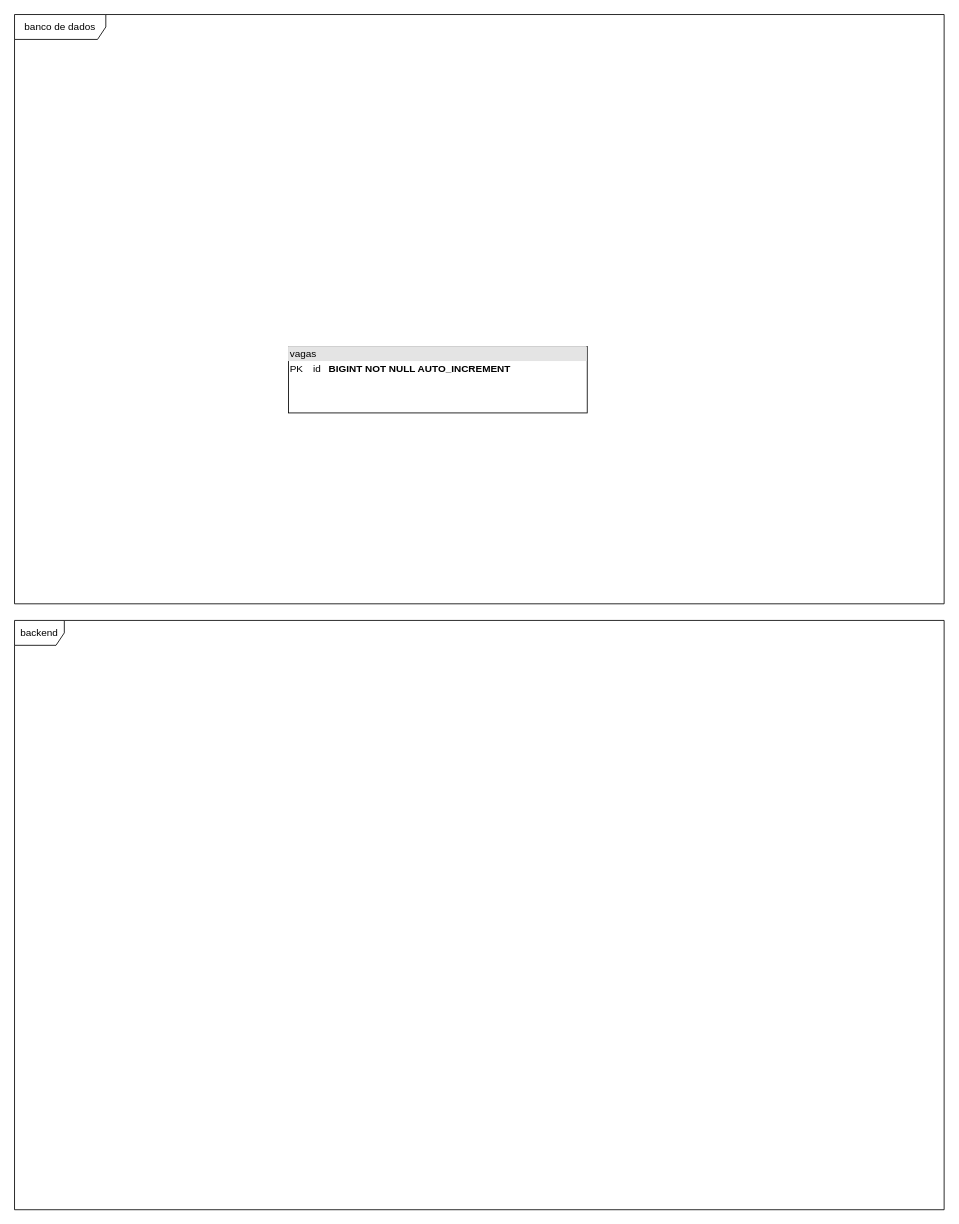
hannaBanannaOF/entra21-git-inicio keeps this draw.io diagram as page "EQ4" (4 of 8) of equipes.drawio. Above is the earlier version. Source tidied: cells renumbered, new cells numbered last; positions are measured from the earlier drawing's top-left corner, leaving out a move shared by most shapes. Both pictures are drawn from the tidied source at 83%, with x=0, y=0 at pixel (14, 14).
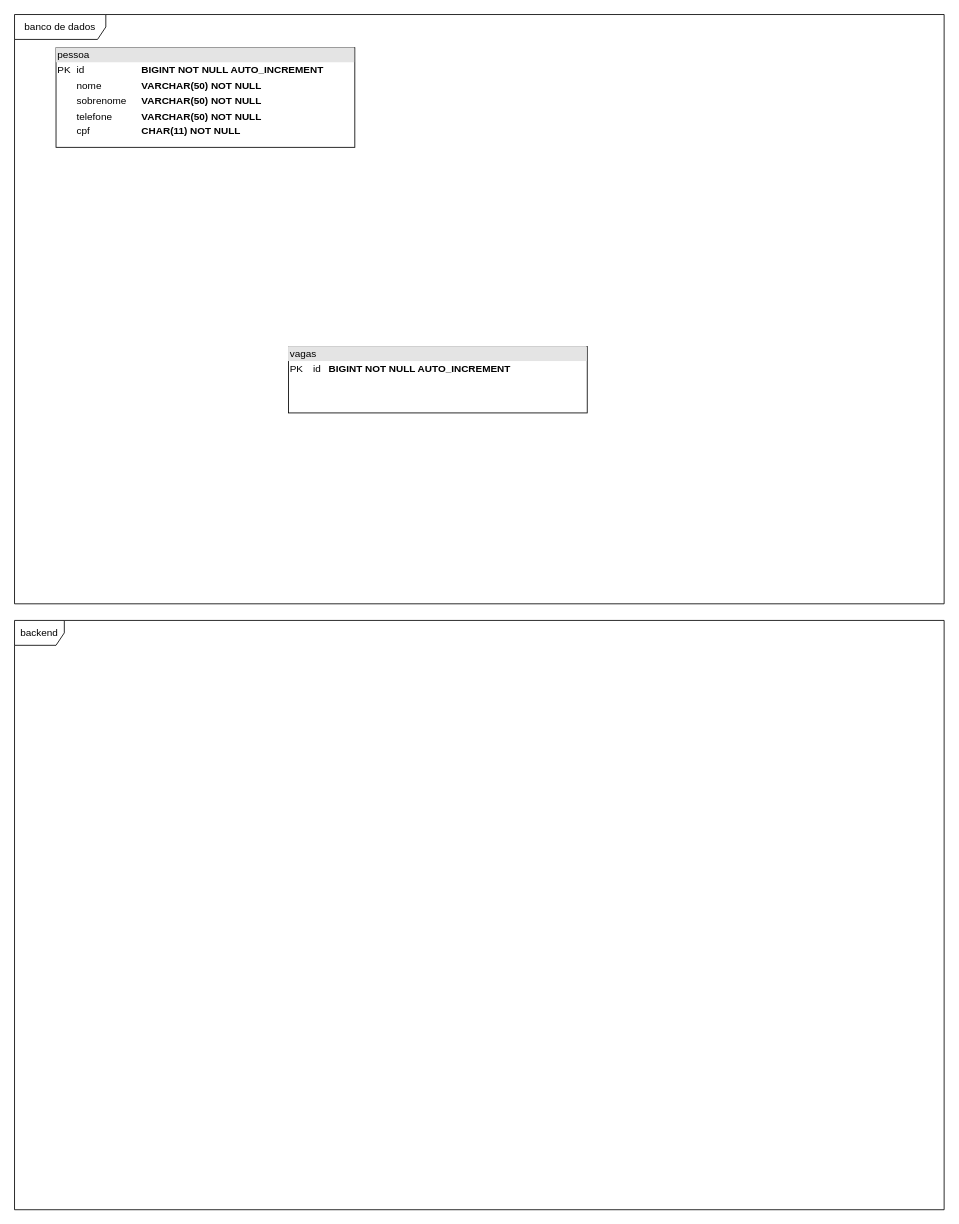
After the change.

The edit, as a diff of the source:
```diff
@@
 <mxGraphModel>
   <root>
     <mxCell id="0" />
     <mxCell id="1" parent="0" />
     <mxCell id="2" value="banco de dados" style="shape=umlFrame;whiteSpace=wrap;html=1;width=110;height=30;" parent="1" vertex="1">
       <mxGeometry width="1120" height="710" as="geometry" />
     </mxCell>
     <mxCell id="3" value="backend" style="shape=umlFrame;whiteSpace=wrap;html=1;" parent="1" vertex="1">
       <mxGeometry y="730" width="1120" height="710" as="geometry" />
     </mxCell>
     <mxCell id="4" value="&lt;div style=&quot;box-sizing:border-box;width:100%;background:#e4e4e4;padding:2px;&quot;&gt;vagas&lt;/div&gt;&lt;table style=&quot;width:100%;font-size:1em;&quot; cellpadding=&quot;2&quot; cellspacing=&quot;0&quot;&gt;&lt;tbody&gt;&lt;tr&gt;&lt;td&gt;PK&lt;/td&gt;&lt;td&gt;id&lt;/td&gt;&lt;td&gt;&lt;b&gt;BIGINT&lt;/b&gt;&amp;nbsp;&lt;b&gt;NOT NULL AUTO_INCREMENT&lt;/b&gt;&lt;br&gt;&lt;/td&gt;&lt;/tr&gt;&lt;tr&gt;&lt;td&gt;&lt;br&gt;&lt;/td&gt;&lt;td&gt;&lt;br&gt;&lt;/td&gt;&lt;td&gt;&lt;br&gt;&lt;/td&gt;&lt;/tr&gt;&lt;/tbody&gt;&lt;/table&gt;" style="verticalAlign=top;align=left;overflow=fill;html=1;" parent="1" vertex="1">
       <mxGeometry x="330" y="400" width="360" height="80" as="geometry" />
     </mxCell>
+    <mxCell id="5" value="&lt;div style=&quot;box-sizing:border-box;width:100%;background:#e4e4e4;padding:2px;&quot;&gt;pessoa&lt;/div&gt;&lt;table style=&quot;width:100%;font-size:1em;&quot; cellpadding=&quot;2&quot; cellspacing=&quot;0&quot;&gt;&lt;tbody&gt;&lt;tr&gt;&lt;td&gt;PK&lt;/td&gt;&lt;td&gt;id&amp;nbsp;&lt;/td&gt;&lt;td&gt;&lt;b&gt;BIGINT&amp;nbsp;NOT NULL AUTO_INCREMENT&lt;/b&gt;&lt;br&gt;&lt;/td&gt;&lt;/tr&gt;&lt;tr&gt;&lt;td&gt;&lt;br&gt;&lt;/td&gt;&lt;td&gt;nome&amp;nbsp;&lt;br&gt;&lt;/td&gt;&lt;td&gt;&lt;b&gt;VARCHAR(50) NOT NULL&lt;/b&gt;&lt;br&gt;&lt;/td&gt;&lt;/tr&gt;&lt;tr&gt;&lt;td&gt;&lt;br&gt;&lt;/td&gt;&lt;td&gt;sobrenome&amp;nbsp;&lt;br&gt;&lt;/td&gt;&lt;td&gt;&lt;b&gt;VARCHAR(50) NOT NULL&lt;/b&gt;&lt;br&gt;&lt;/td&gt;&lt;/tr&gt;&lt;tr&gt;&lt;td&gt;&lt;br&gt;&lt;/td&gt;&lt;td&gt;telefone&lt;/td&gt;&lt;td&gt;&lt;b&gt;VARCHAR(50) NOT NULL&lt;/b&gt;&lt;/td&gt;&lt;/tr&gt;&lt;tr&gt;&lt;td&gt;&lt;br&gt;&lt;/td&gt;&lt;td&gt;cpf&lt;/td&gt;&lt;td&gt;&lt;b&gt;CHAR(11) NOT NULL&lt;/b&gt;&lt;/td&gt;&lt;/tr&gt;&lt;/tbody&gt;&lt;/table&gt;" style="verticalAlign=top;align=left;overflow=fill;html=1;" parent="1" vertex="1">
+      <mxGeometry x="50" y="40" width="360" height="120" as="geometry" />
+    </mxCell>
   </root>
 </mxGraphModel>
```
